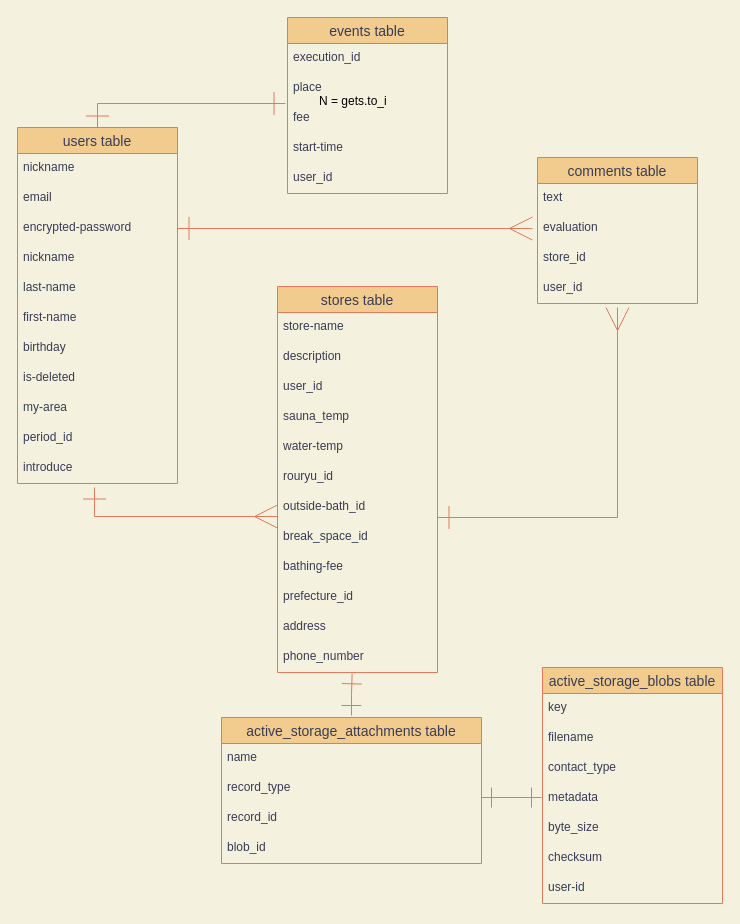
ft529y/sauna-36416 keeps this draw.io diagram as sauna.dio. Above is the earlier version. Source tidied: cells renumbered, new cells numbered last; positions are measured from the earlier drawing's top-left corner, leaving out a move shared by most shapes. Both pictures are drawn from the tidied source at 100%, with x=0, y=0 at pixel (17, 17).
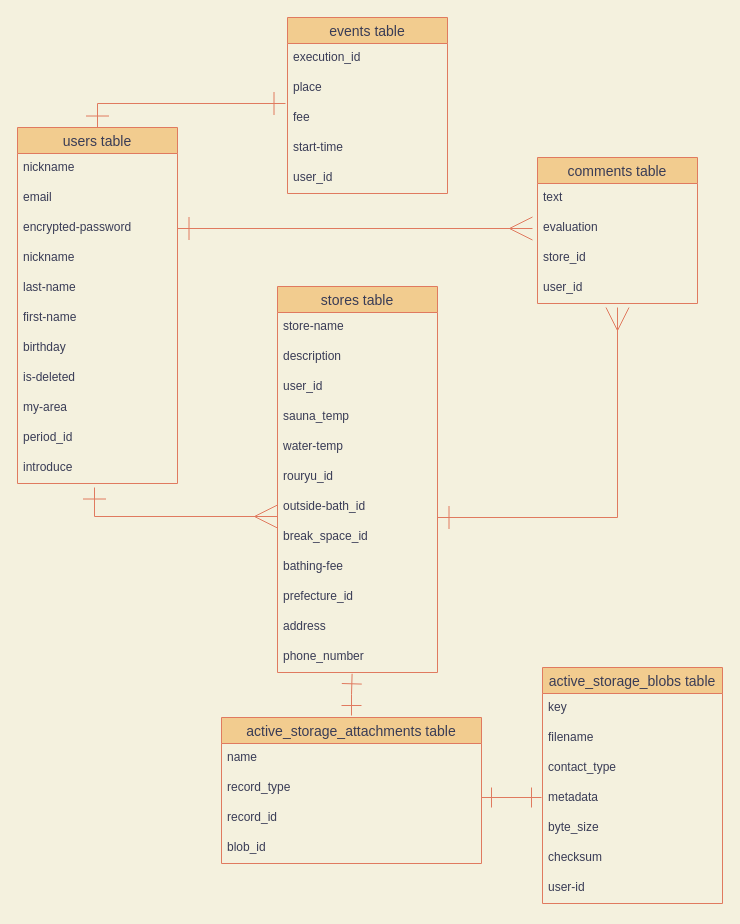
After the change.

Change to the diagram source:
```diff
@@
-    <mxCell id="50" value="N = gets.to_i" style="text;whiteSpace=wrap;html=1;" parent="1" vertex="1">
-      <mxGeometry x="300" y="70" width="90" height="30" as="geometry" />
-    </mxCell>
```
